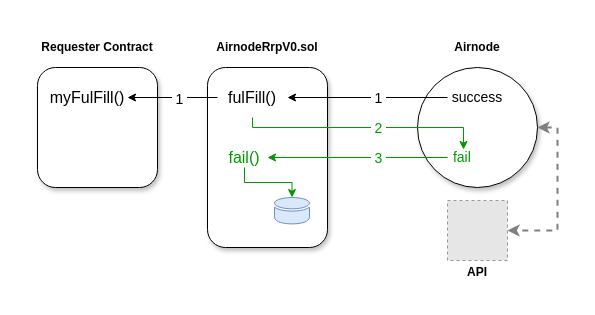
This is docs/reference/airnode/latest/assets/diagrams/request-outcomes.drawio from api3dao/vitepress-docs, a draw.io file, before an edit. Source tidied: cells renumbered, new cells numbered last; positions are measured from the earlier drawing's top-left corner, leaving out a move shared by most shapes. Both pictures are drawn from the tidied source at 100%, with x=0, y=0 at pixel (27, 37). Pictures stored in the file or linked from it are replaced by grey dashed boxes.
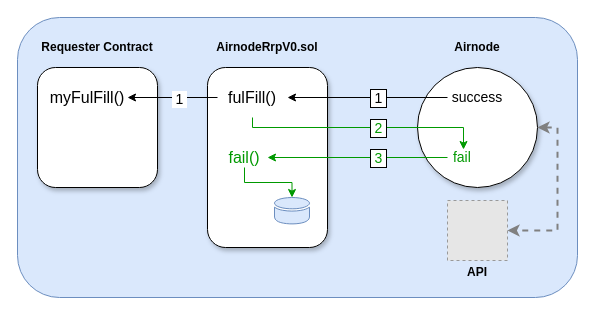
The same page after the edit.

Unchanged cells that the change refers to:
```xml
<mxCell id="16" style="edgeStyle=orthogonalEdgeStyle;rounded=0;jettySize=auto;html=1;fontSize=14;entryX=1;entryY=0.5;entryDx=0;entryDy=0;exitX=0;exitY=0.5;exitDx=0;exitDy=0;" parent="1" edge="1" source="15" target="9">
  <mxGeometry relative="1" as="geometry" />
</mxCell>
<mxCell id="18" style="endArrow=classic;html=1;fontSize=14;strokeColor=#009900;fontColor=#FF3333;exitX=0;exitY=0.5;exitDx=0;exitDy=0;" parent="1" edge="1" source="14">
  <mxGeometry relative="1" as="geometry">
    <mxPoint x="240" y="120" as="targetPoint" />
  </mxGeometry>
</mxCell>
<mxCell id="20" style="endArrow=classic;html=1;rounded=0;strokeColor=#009900;edgeStyle=orthogonalEdgeStyle;exitX=0.5;exitY=1;exitDx=0;exitDy=0;" parent="1" edge="1" source="9">
  <mxGeometry relative="1" as="geometry">
    <mxPoint x="436" y="112" as="targetPoint" />
    <Array as="points">
      <mxPoint x="225" y="90" />
      <mxPoint x="436" y="90" />
    </Array>
  </mxGeometry>
</mxCell>
```

The edit, as a diff of the source:
```diff
@@
+    <mxCell id="27" style="rounded=1;whiteSpace=wrap;html=1;fillColor=#dae8fc;strokeColor=#6c8ebf;" parent="1" vertex="1">
+      <mxGeometry x="-10" y="-20" width="560" height="280" as="geometry" />
+    </mxCell>
@@
-    <mxCell id="17" value="&amp;nbsp;1&amp;nbsp;" style="edgeLabel;html=1;align=center;verticalAlign=middle;fontSize=14;" parent="16" vertex="1">
+    <mxCell id="17" value="&amp;nbsp;1&amp;nbsp;" style="edgeLabel;html=1;align=center;verticalAlign=middle;fontSize=14;labelBorderColor=default;" parent="16" vertex="1">
       <mxGeometry x="-0.44" relative="1" as="geometry">
         <mxPoint x="-25" as="offset" />
       </mxGeometry>
     </mxCell>
@@
-    <mxCell id="19" value="&lt;font color=&quot;#009900&quot;&gt;&amp;nbsp;3&amp;nbsp;&lt;/font&gt;" style="edgeLabel;html=1;align=center;verticalAlign=middle;fontSize=14;" parent="18" vertex="1">
+    <mxCell id="19" value="&lt;font color=&quot;#009900&quot;&gt;&amp;nbsp;3&amp;nbsp;&lt;/font&gt;" style="edgeLabel;html=1;align=center;verticalAlign=middle;fontSize=14;labelBorderColor=default;" parent="18" vertex="1">
       <mxGeometry x="-0.25" relative="1" as="geometry">
         <mxPoint x="-2" as="offset" />
       </mxGeometry>
     </mxCell>
@@
-    <mxCell id="21" value="&lt;font color=&quot;#009900&quot;&gt;&lt;span style=&quot;font-size: 14px&quot;&gt;&amp;nbsp;2&amp;nbsp;&lt;/span&gt;&lt;/font&gt;" style="edgeLabel;html=1;align=center;verticalAlign=middle;" parent="20" vertex="1">
+    <mxCell id="21" value="&lt;font color=&quot;#009900&quot;&gt;&lt;span style=&quot;font-size: 14px&quot;&gt;&amp;nbsp;2&amp;nbsp;&lt;/span&gt;&lt;/font&gt;" style="edgeLabel;html=1;align=center;verticalAlign=middle;labelBorderColor=default;" parent="20" vertex="1">
       <mxGeometry x="-0.07" relative="1" as="geometry">
         <mxPoint x="22" as="offset" />
       </mxGeometry>
     </mxCell>
```
